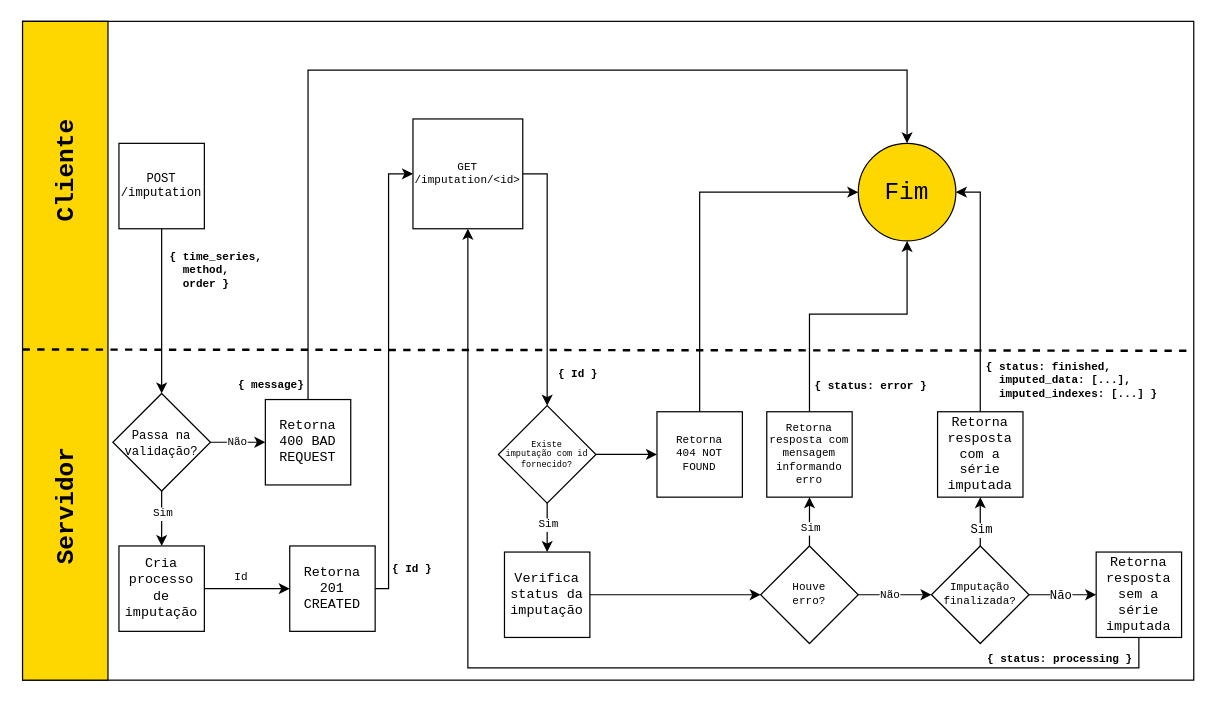
The draw.io diagram images/Diagrama sem nome.drawio in j-abreu/imputation-web-service, before the edit. Source tidied: cells renumbered, new cells numbered last; positions are measured from the earlier drawing's top-left corner, leaving out a move shared by most shapes. Both pictures are drawn from the tidied source at 122%, with x=0, y=0 at pixel (-15, 21).
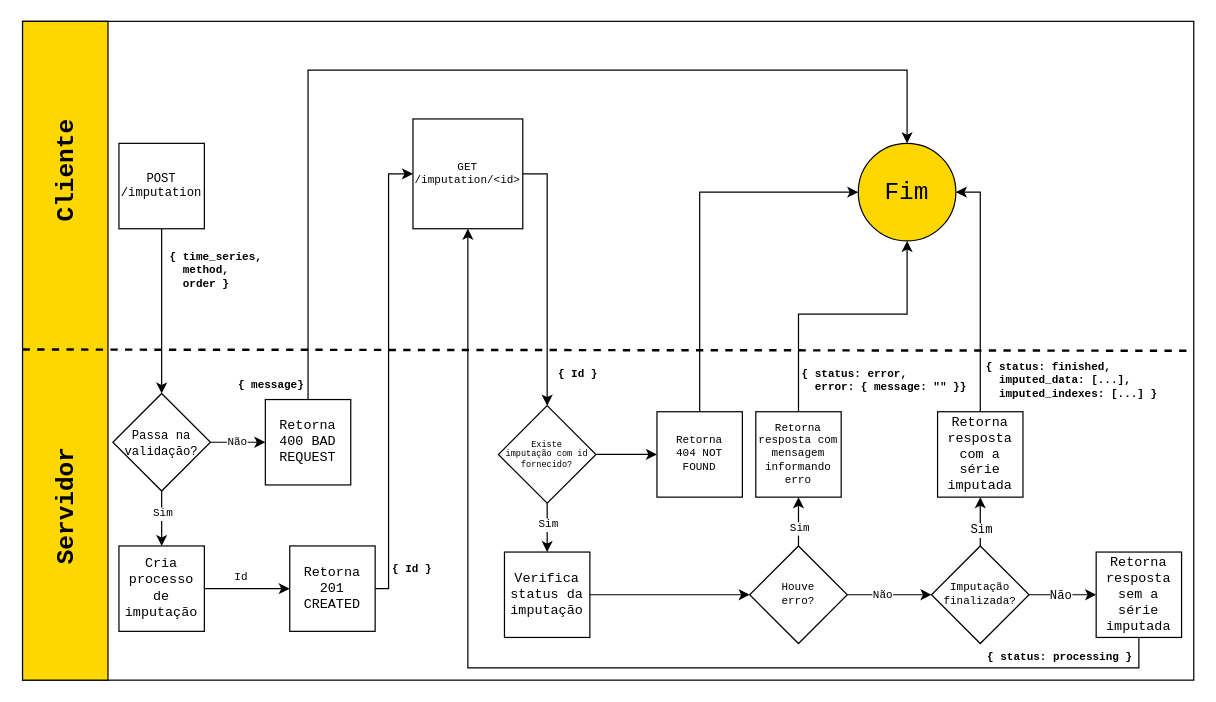
Above is the later version.

Change to the diagram source:
```diff
@@
     <mxCell id="28" value="Houve&lt;br&gt;erro?" style="rhombus;whiteSpace=wrap;html=1;labelBackgroundColor=none;fontFamily=Courier New;fontSize=9;fillColor=default;" parent="1" vertex="1">
-      <mxGeometry x="635" y="430" width="80" height="80" as="geometry" />
+      <mxGeometry x="626" y="430" width="80" height="80" as="geometry" />
     </mxCell>
@@
     <mxCell id="34" style="edgeStyle=orthogonalEdgeStyle;rounded=0;jettySize=auto;html=1;entryX=0.5;entryY=1;entryDx=0;entryDy=0;fontFamily=Courier New;fontSize=20;exitX=0.5;exitY=0;exitDx=0;exitDy=0;" parent="1" edge="1" source="35" target="47">
       <mxGeometry relative="1" as="geometry">
         <Array as="points">
-          <mxPoint x="675" y="240" />
+          <mxPoint x="666" y="240" />
           <mxPoint x="755" y="240" />
         </Array>
       </mxGeometry>
     </mxCell>
     <mxCell id="35" value="Retorna resposta com mensagem informando erro" style="whiteSpace=wrap;html=1;labelBackgroundColor=none;fontFamily=Courier New;fontSize=9;fillColor=default;" parent="1" vertex="1">
-      <mxGeometry x="640" y="320" width="70" height="70" as="geometry" />
+      <mxGeometry x="631" y="320" width="70" height="70" as="geometry" />
     </mxCell>
@@
-    <mxCell id="44" value="&lt;b&gt;{ status: error }&lt;/b&gt;" style="text;html=1;align=center;verticalAlign=middle;strokeColor=none;fillColor=none;fontSize=9;fontFamily=Courier New;spacing=0;" parent="1" vertex="1">
-      <mxGeometry x="670" y="290" width="110" height="20" as="geometry" />
+    <mxCell id="44" value="&lt;b&gt;{ status: error,&lt;br&gt;&amp;nbsp; error: { message: &quot;&quot; }}&lt;/b&gt;" style="text;html=1;align=left;verticalAlign=middle;strokeColor=none;fillColor=none;fontSize=9;fontFamily=Courier New;spacing=0;" parent="1" vertex="1">
+      <mxGeometry x="669" y="280" width="150" height="30" as="geometry" />
     </mxCell>
     <mxCell id="45" value="&lt;b&gt;{ status: processing }&lt;/b&gt;" style="text;html=1;align=center;verticalAlign=middle;strokeColor=none;fillColor=none;fontSize=9;fontFamily=Courier New;spacing=0;" parent="1" vertex="1">
-      <mxGeometry x="810" y="514" width="140" height="20" as="geometry" />
+      <mxGeometry x="810" y="512" width="140" height="20" as="geometry" />
     </mxCell>
@@
-    <mxCell id="47" value="Fim" style="ellipse;whiteSpace=wrap;html=1;labelBackgroundColor=none;fontFamily=Courier New;fontSize=20;fillColor=#FFD700;strokeColor=#000000;" parent="1" vertex="1">
+    <mxCell id="47" value="Fim" style="ellipse;whiteSpace=wrap;html=1;labelBackgroundColor=none;fontFamily=Courier New;fontSize=20;fillColor=#FFD700;strokeColor=#000000;fontStyle=0;" parent="1" vertex="1">
       <mxGeometry x="715" y="100" width="80" height="80" as="geometry" />
     </mxCell>
```
